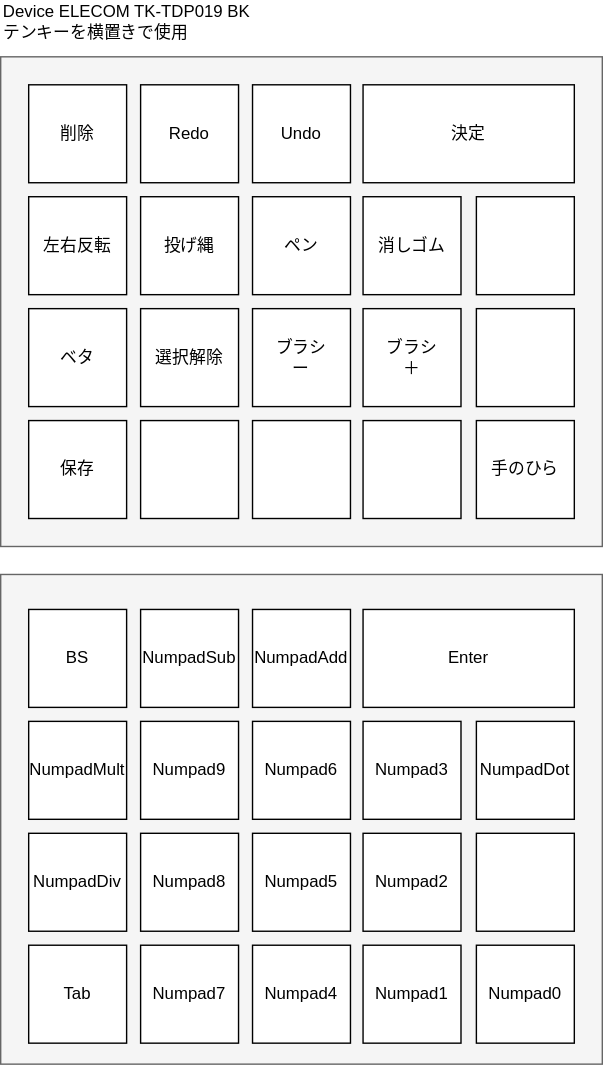
Above: docs/softwares/clip_studio_paint.svg in eirayimiguk/ahk (draw.io), before the change. Source tidied: cells renumbered, new cells last; positions are measured from the earlier drawing's top-left corner, leaving out a move shared by most shapes.
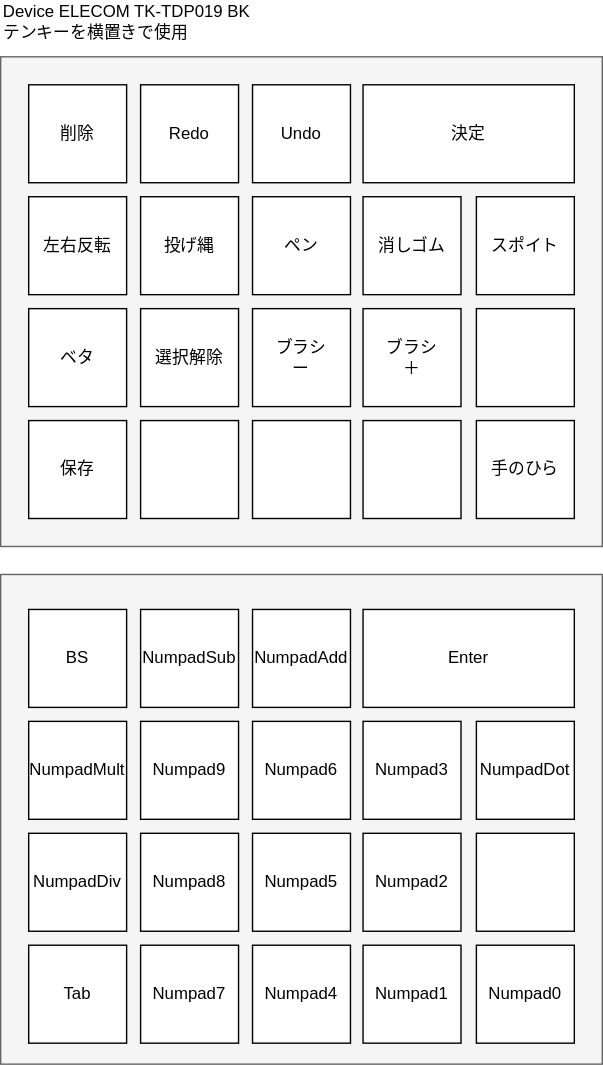
Later version of the same file.

The edit, as a diff of the source:
```diff
@@ -56,7 +56,7 @@
     <mxCell id="19" style="whiteSpace=wrap;html=1;" parent="1" vertex="1">
       <mxGeometry x="259" y="300" width="70" height="70" as="geometry" />
     </mxCell>
-    <mxCell id="20" style="whiteSpace=wrap;html=1;" parent="1" vertex="1">
+    <mxCell id="20" value="スポイト" style="whiteSpace=wrap;html=1;" parent="1" vertex="1">
       <mxGeometry x="340" y="140" width="70" height="70" as="geometry" />
     </mxCell>
     <mxCell id="21" style="whiteSpace=wrap;html=1;" parent="1" vertex="1">
```
